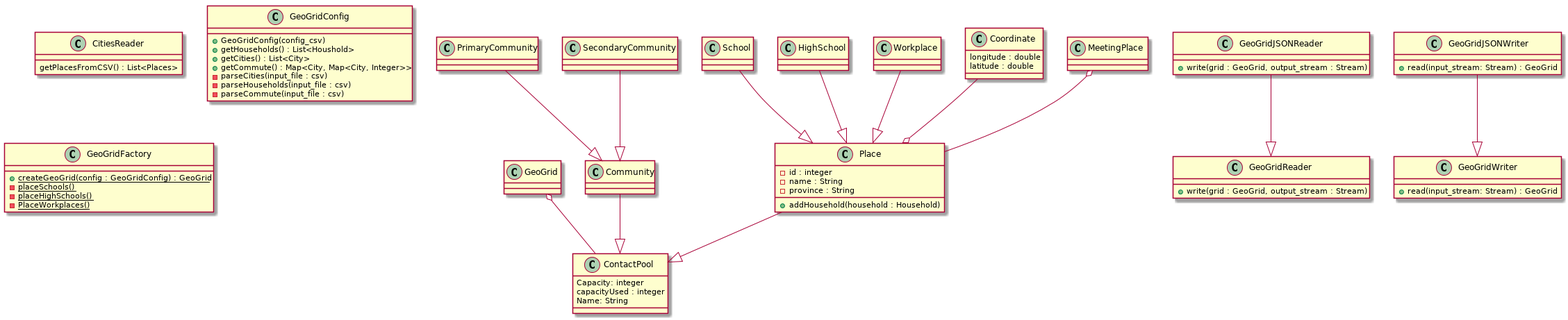
Before: assets/src/design/design.png, a diagram exported from PlantUML (LEDfan/Bachelorproef). The source it was exported from:
```plantuml
@startuml


class CitiesReader {
	getPlacesFromCSV() : List<Places>
}

class GeoGridConfig {
	+ GeoGridConfig(config_csv)
	+ getHouseholds() : List<Houshold>
	+ getCities() : List<City>
	+ getCommute() : Map<City, Map<City, Integer>>
	- parseCities(input_file : csv)
	- parseHouseholds(input_file : csv)
	- parseCommute(input_file : csv)
}

class GeoGridFactory {
	{static} + createGeoGrid(config : GeoGridConfig) : GeoGrid
	{static} - placeSchools()
	{static} - placeHighSchools()
	{static} - PlaceWorkplaces()
}

class GeoGrid {

}

class ContactPool {
	Capacity: integer
	capacityUsed : integer
	Name: String
}

class Community {

}

class PrimaryCommunity {

}

class SecondaryCommunity {

}

class School {

}

class HighSchool {

}

class Workplace {

}

class Place {
	- id : integer
	- name : String
	- province : String
    + addHousehold(household : Household)
}

class Coordinate {
	longitude : double
	latitude : double
}

class GeoGridReader {
    + write(grid : GeoGrid, output_stream : Stream)
}

class GeoGridWriter {
    + read(input_stream: Stream) : GeoGrid
}

class GeoGridJSONWriter {
    + read(input_stream: Stream) : GeoGrid
}

class GeoGridJSONReader {
    + write(grid : GeoGrid, output_stream : Stream)
}

School --|> Place
HighSchool --|> Place
Workplace --|> Place
Community --|> ContactPool
Place --|> ContactPool

PrimaryCommunity --|> Community
SecondaryCommunity --|> Community

GeoGridJSONReader --|> GeoGridReader
GeoGridJSONWriter --|> GeoGridWriter

GeoGrid o-- ContactPool

MeetingPlace o-- Place

Coordinate --o Place
@enduml
```
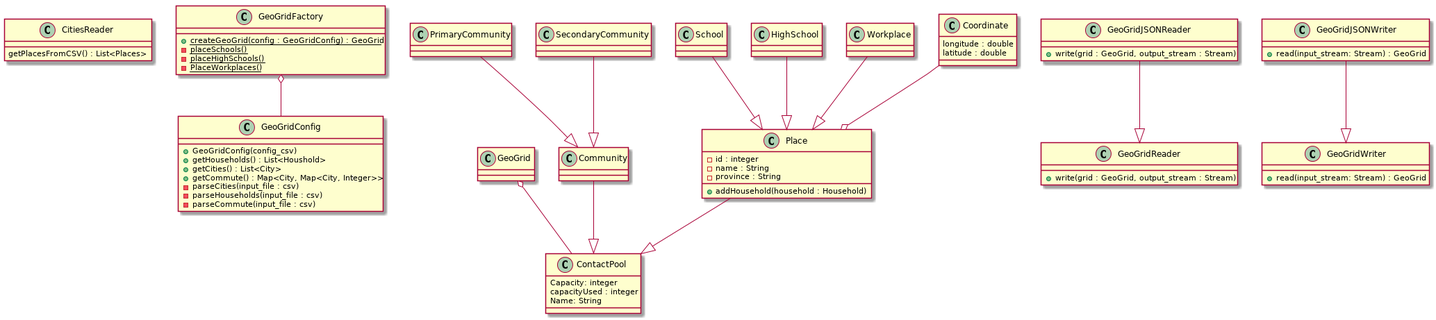
Above is the later version.

Diff of the diagram source:
```diff
@@ -97,8 +97,7 @@
 GeoGridJSONWriter --|> GeoGridWriter
 
 GeoGrid o-- ContactPool
-
-MeetingPlace o-- Place
+GeoGridFactory o-- GeoGridConfig
 
 Coordinate --o Place
 @enduml
```
